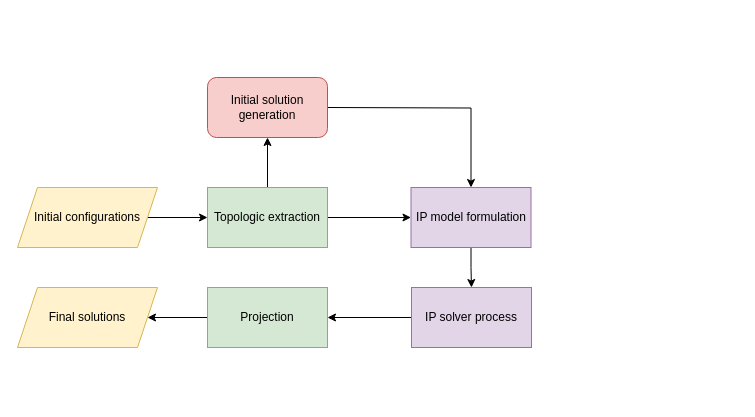
Above: OWIP.drawio in HUOJIAXI/A-high-efficient-and-collision-free-algorithm-for-multi-robot-path-planning-in-narrow-passage-env (draw.io), before the change. Source tidied: cells renumbered, new cells numbered last; positions are measured from the earlier drawing's top-left corner, leaving out a move shared by most shapes. Both pictures are drawn from the tidied source at 100%, with x=0, y=0 at pixel (17, 77).
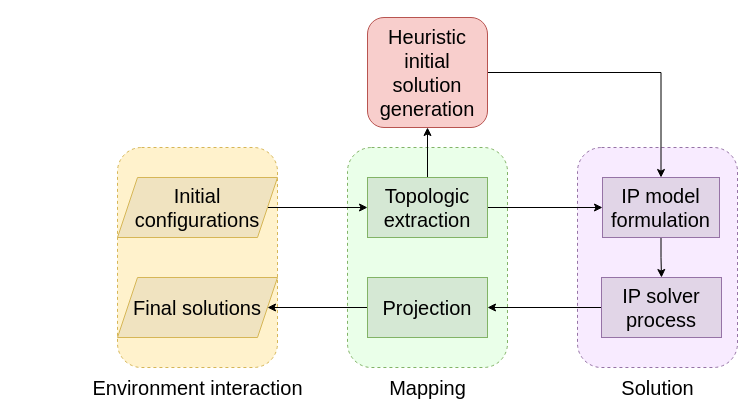
The same page after the edit.

Change to the diagram source:
```diff
@@
+    <mxCell id="16" style="rounded=1;whiteSpace=wrap;html=1;strokeColor=#d6b656;fillColor=#FFF2CC;dashed=1;" parent="1" vertex="1">
+      <mxGeometry x="100" y="70" width="160" height="220" as="geometry" />
+    </mxCell>
+    <mxCell id="17" style="rounded=1;whiteSpace=wrap;html=1;strokeColor=#9673a6;fillColor=#F8EBFF;dashed=1;" parent="1" vertex="1">
+      <mxGeometry x="560" y="70" width="160" height="220" as="geometry" />
+    </mxCell>
+    <mxCell id="18" style="rounded=1;whiteSpace=wrap;html=1;strokeColor=#82b366;fillColor=#EAFFE9;dashed=1;" parent="1" vertex="1">
+      <mxGeometry x="330" y="70" width="160" height="220" as="geometry" />
+    </mxCell>
@@
     <mxCell id="4" style="edgeStyle=orthogonalEdgeStyle;rounded=0;jettySize=auto;html=1;" parent="1" edge="1" source="5">
       <mxGeometry relative="1" as="geometry">
-        <mxPoint x="250" y="60" as="targetPoint" />
+        <mxPoint x="410" y="50" as="targetPoint" />
       </mxGeometry>
     </mxCell>
-    <mxCell id="5" value="Topologic extraction" style="rounded=0;whiteSpace=wrap;html=1;fillColor=#d5e8d4;strokeColor=#82b366;" parent="1" vertex="1">
-      <mxGeometry x="190" y="110" width="120" height="60" as="geometry" />
+    <mxCell id="5" value="&lt;font style=&quot;font-size: 20px&quot;&gt;Topologic extraction&lt;/font&gt;" style="rounded=0;whiteSpace=wrap;html=1;fillColor=#d5e8d4;strokeColor=#82b366;" parent="1" vertex="1">
+      <mxGeometry x="350" y="100" width="120" height="60" as="geometry" />
     </mxCell>
-    <mxCell id="6" value="Initial configurations" style="shape=parallelogram;perimeter=parallelogramPerimeter;whiteSpace=wrap;html=1;fixedSize=1;fillColor=#fff2cc;strokeColor=#d6b656;" parent="1" vertex="1">
-      <mxGeometry y="110" width="140" height="60" as="geometry" />
+    <mxCell id="6" value="&lt;font style=&quot;font-size: 20px&quot;&gt;Initial configurations&lt;/font&gt;" style="shape=parallelogram;perimeter=parallelogramPerimeter;whiteSpace=wrap;html=1;fixedSize=1;strokeColor=#d6b656;fillColor=#F0E3C0;" parent="1" vertex="1">
+      <mxGeometry x="100" y="100" width="160" height="60" as="geometry" />
     </mxCell>
@@
-    <mxCell id="8" value="IP model formulation" style="rounded=0;whiteSpace=wrap;html=1;fillColor=#e1d5e7;strokeColor=#9673a6;" parent="1" vertex="1">
-      <mxGeometry x="393.5" y="110" width="120" height="60" as="geometry" />
+    <mxCell id="8" value="&lt;font style=&quot;font-size: 20px&quot;&gt;IP model formulation&lt;/font&gt;" style="rounded=0;whiteSpace=wrap;html=1;fillColor=#e1d5e7;strokeColor=#9673a6;" parent="1" vertex="1">
+      <mxGeometry x="585" y="100" width="117" height="60" as="geometry" />
     </mxCell>
-    <mxCell id="9" style="edgeStyle=orthogonalEdgeStyle;rounded=0;jettySize=auto;html=1;exitX=1;exitY=0.5;exitDx=0;exitDy=0;entryX=0.5;entryY=0;entryDx=0;entryDy=0;" parent="1" edge="1" target="8">
-      <mxGeometry relative="1" as="geometry">
-        <mxPoint x="310" y="30" as="sourcePoint" />
-      </mxGeometry>
+    <mxCell id="9" style="edgeStyle=orthogonalEdgeStyle;rounded=0;jettySize=auto;html=1;exitX=1;exitY=0.5;exitDx=0;exitDy=0;entryX=0.5;entryY=0;entryDx=0;entryDy=0;" parent="1" edge="1" source="15" target="8">
+      <mxGeometry relative="1" as="geometry" />
     </mxCell>
@@
-    <mxCell id="11" value="IP solver process" style="whiteSpace=wrap;html=1;rounded=0;fillColor=#e1d5e7;strokeColor=#9673a6;" parent="1" vertex="1">
-      <mxGeometry x="394" y="210" width="120" height="60" as="geometry" />
+    <mxCell id="11" value="&lt;font style=&quot;font-size: 20px&quot;&gt;IP solver process&lt;/font&gt;" style="whiteSpace=wrap;html=1;rounded=0;fillColor=#e1d5e7;strokeColor=#9673a6;" parent="1" vertex="1">
+      <mxGeometry x="584" y="200" width="120" height="60" as="geometry" />
     </mxCell>
@@
-    <mxCell id="13" value="Projection" style="whiteSpace=wrap;html=1;rounded=0;fillColor=#d5e8d4;strokeColor=#82b366;" parent="1" vertex="1">
-      <mxGeometry x="190" y="210" width="120" height="60" as="geometry" />
+    <mxCell id="13" value="&lt;font style=&quot;font-size: 20px&quot;&gt;Projection&lt;/font&gt;" style="whiteSpace=wrap;html=1;rounded=0;fillColor=#d5e8d4;strokeColor=#82b366;" parent="1" vertex="1">
+      <mxGeometry x="350" y="200" width="120" height="60" as="geometry" />
     </mxCell>
-    <mxCell id="14" value="Final solutions" style="shape=parallelogram;perimeter=parallelogramPerimeter;whiteSpace=wrap;html=1;fixedSize=1;rounded=0;fillColor=#fff2cc;strokeColor=#d6b656;" parent="1" vertex="1">
-      <mxGeometry y="210" width="140" height="60" as="geometry" />
+    <mxCell id="14" value="&lt;font style=&quot;font-size: 20px&quot;&gt;Final solutions&lt;/font&gt;" style="shape=parallelogram;perimeter=parallelogramPerimeter;whiteSpace=wrap;html=1;fixedSize=1;rounded=0;strokeColor=#d6b656;fillColor=#F0E3C0;" parent="1" vertex="1">
+      <mxGeometry x="100" y="200" width="160" height="60" as="geometry" />
     </mxCell>
-    <mxCell id="15" value="&lt;span&gt;Initial solution generation&lt;/span&gt;" style="rounded=1;whiteSpace=wrap;html=1;fillColor=#f8cecc;strokeColor=#b85450;" parent="1" vertex="1">
-      <mxGeometry x="190" width="120" height="60" as="geometry" />
+    <mxCell id="15" value="&lt;span&gt;&lt;font style=&quot;font-size: 20px&quot;&gt;Heuristic initial solution generation&lt;/font&gt;&lt;/span&gt;" style="rounded=1;whiteSpace=wrap;html=1;fillColor=#f8cecc;strokeColor=#b85450;" parent="1" vertex="1">
+      <mxGeometry x="350" y="-60" width="120" height="110" as="geometry" />
     </mxCell>
+    <mxCell id="19" value="&lt;font style=&quot;font-size: 20px&quot;&gt;Environment interaction&lt;/font&gt;" style="text;html=1;align=center;verticalAlign=middle;" parent="1" vertex="1">
+      <mxGeometry x="65" y="300" width="230" height="20" as="geometry" />
+    </mxCell>
+    <mxCell id="20" value="&lt;font style=&quot;font-size: 20px&quot;&gt;Mapping&lt;/font&gt;" style="text;html=1;align=center;verticalAlign=middle;" parent="1" vertex="1">
+      <mxGeometry x="365" y="300" width="90" height="20" as="geometry" />
+    </mxCell>
+    <mxCell id="21" value="&lt;font style=&quot;font-size: 20px&quot;&gt;Solution&lt;/font&gt;" style="text;html=1;align=center;verticalAlign=middle;" parent="1" vertex="1">
+      <mxGeometry x="595" y="300" width="90" height="20" as="geometry" />
+    </mxCell>
```
